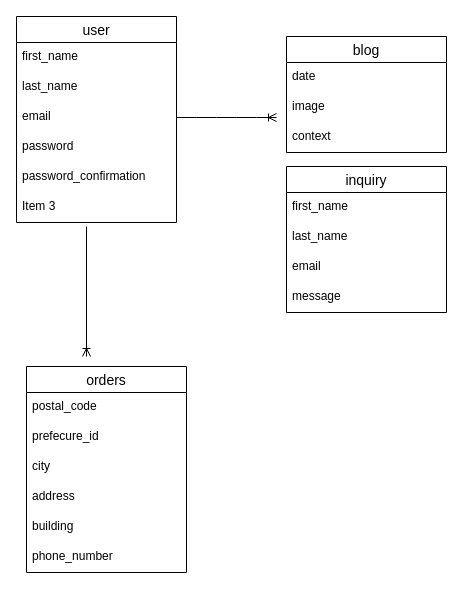
Before: test.dio in Lisakinomayoi/charles_ross_forge, a draw.io diagram. Source tidied: cells renumbered, new cells numbered last; positions are measured from the earlier drawing's top-left corner, leaving out a move shared by most shapes. Both pictures are drawn from the tidied source at 100%, with x=0, y=0 at pixel (16, 16).
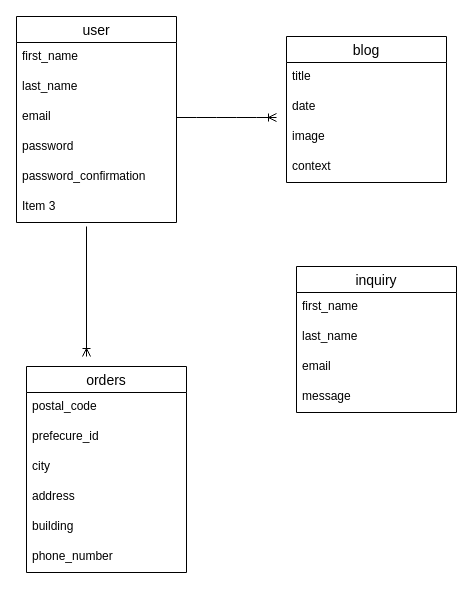
The same diagram, later.

What changed in the source:
```diff
@@
     <mxCell id="9" value="blog" style="swimlane;fontStyle=0;horizontal=1;startSize=26;align=center;fontSize=14;" parent="1" vertex="1">
-      <mxGeometry x="270" y="20" width="160" height="116" as="geometry" />
+      <mxGeometry x="270" y="20" width="160" height="146" as="geometry" />
     </mxCell>
-    <mxCell id="10" value="date" style="text;strokeColor=none;fillColor=none;spacingLeft=4;spacingRight=4;overflow=hidden;fontSize=12;" parent="9" vertex="1">
+    <mxCell id="10" value="title" style="text;strokeColor=none;fillColor=none;spacingLeft=4;spacingRight=4;overflow=hidden;fontSize=12;" parent="9" vertex="1">
       <mxGeometry y="26" width="160" height="30" as="geometry" />
     </mxCell>
+    <mxCell id="27" value="date" style="text;strokeColor=none;fillColor=none;spacingLeft=4;spacingRight=4;overflow=hidden;fontSize=12;" parent="9" vertex="1">
+      <mxGeometry y="56" width="160" height="30" as="geometry" />
+    </mxCell>
     <mxCell id="11" value="image" style="text;strokeColor=none;fillColor=none;spacingLeft=4;spacingRight=4;overflow=hidden;fontSize=12;" parent="9" vertex="1">
-      <mxGeometry y="56" width="160" height="30" as="geometry" />
+      <mxGeometry y="86" width="160" height="30" as="geometry" />
     </mxCell>
     <mxCell id="12" value="context" style="text;strokeColor=none;fillColor=none;spacingLeft=4;spacingRight=4;overflow=hidden;fontSize=12;" parent="9" vertex="1">
-      <mxGeometry y="86" width="160" height="30" as="geometry" />
+      <mxGeometry y="116" width="160" height="30" as="geometry" />
     </mxCell>
     <mxCell id="13" value="inquiry" style="swimlane;fontStyle=0;horizontal=1;startSize=26;align=center;fontSize=14;" parent="1" vertex="1">
-      <mxGeometry x="270" y="150" width="160" height="146" as="geometry" />
+      <mxGeometry x="280" y="250" width="160" height="146" as="geometry" />
     </mxCell>
```
